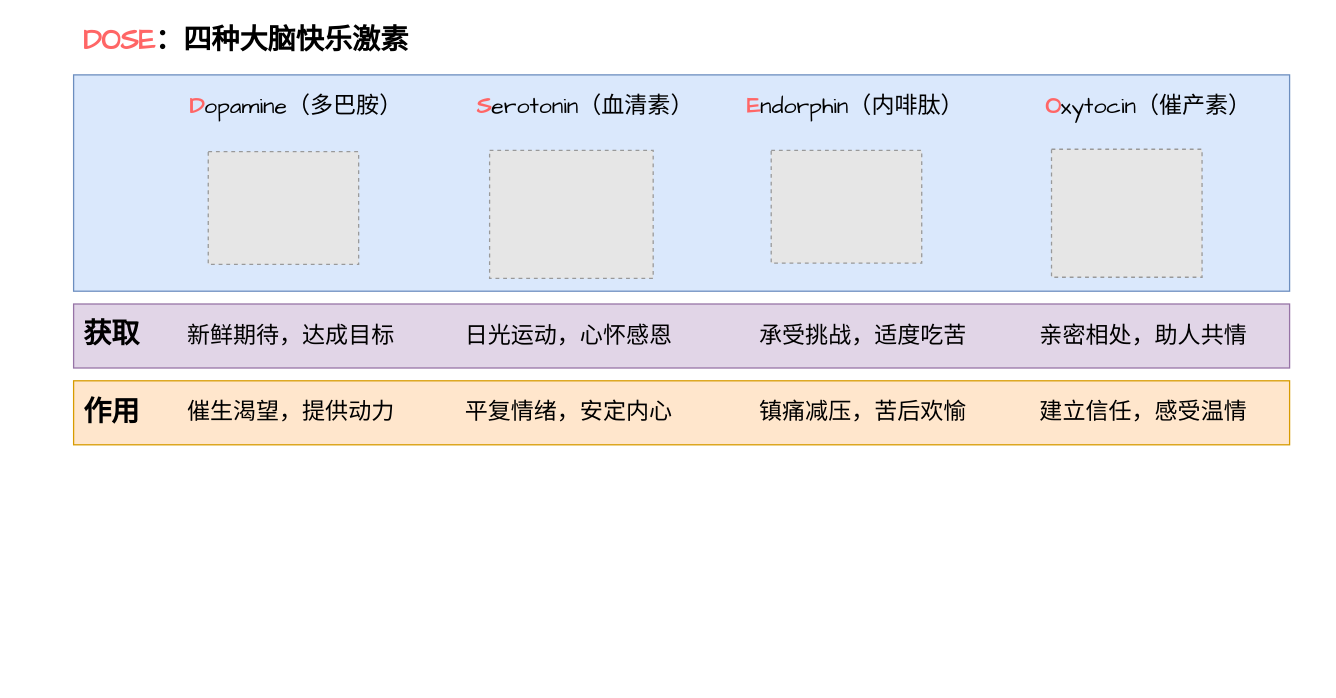
Before: MyFolder/emotion.drawio in will357/MyDrawioDraft, a draw.io diagram. Source tidied: cells renumbered, new cells numbered last; positions are measured from the earlier drawing's top-left corner, leaving out a move shared by most shapes. Both pictures are drawn from the tidied source at 128%, with x=0, y=0 at pixel (22, 22). Pictures stored in the file or linked from it are replaced by grey dashed boxes.
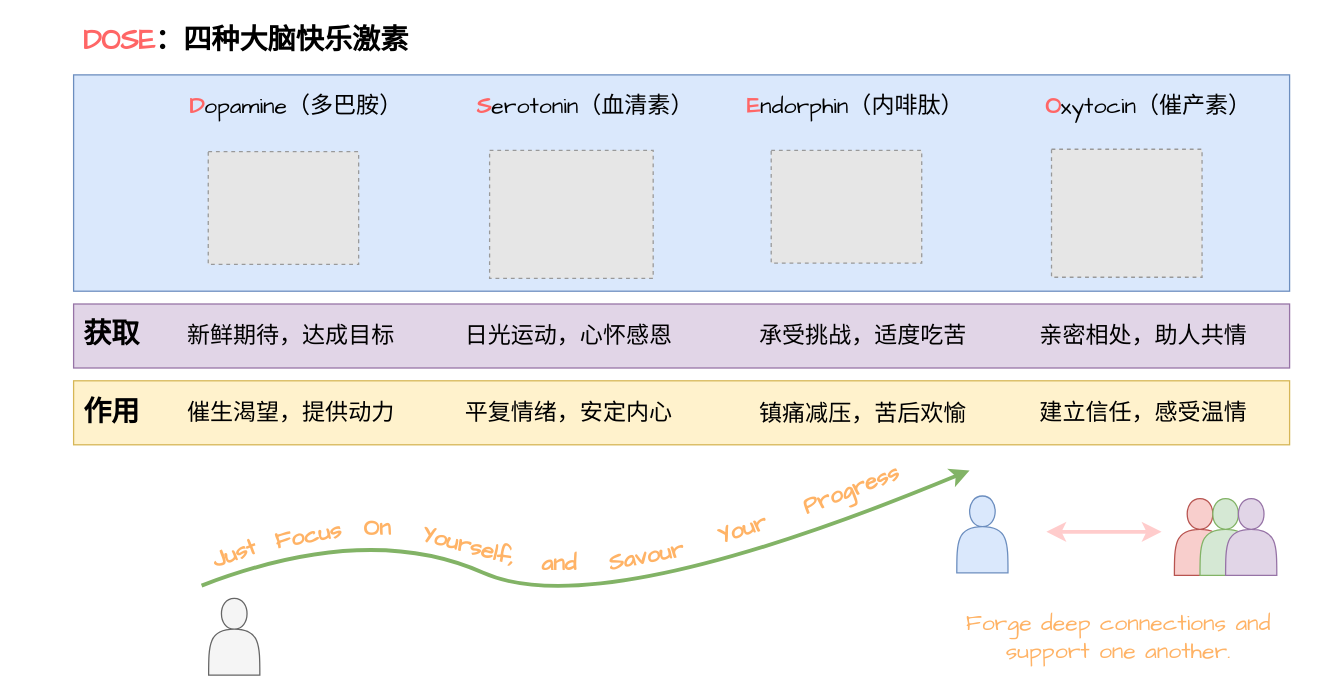
After the change.

Change to the diagram source:
```diff
@@
-    <mxCell id="2" style="rounded=0;whiteSpace=wrap;html=1;fillColor=#ffe6cc;strokeColor=#d79b00;" parent="1" vertex="1">
+    <mxCell id="2" style="rounded=0;whiteSpace=wrap;html=1;fillColor=#fff2cc;strokeColor=#d6b656;" parent="1" vertex="1">
       <mxGeometry x="40" y="280" width="950" height="50" as="geometry" />
     </mxCell>
@@
-    <mxCell id="16" value="&lt;font face=&quot;Comic Sans MS&quot; style=&quot;font-size: 18px;&quot;&gt;&lt;span style=&quot;color: rgb(0, 0, 0);&quot;&gt;新鲜期待，达成目标&lt;/span&gt;&lt;/font&gt;" style="text;html=1;whiteSpace=wrap;strokeColor=none;fillColor=none;align=center;verticalAlign=middle;rounded=0;" parent="1" vertex="1">
+    <mxCell id="16" value="&lt;font style=&quot;font-size: 18px;&quot; face=&quot;Comic Sans MS&quot;&gt;&lt;span style=&quot;color: rgb(0, 0, 0);&quot;&gt;新鲜期待，达成目标&lt;/span&gt;&lt;/font&gt;" style="text;html=1;whiteSpace=wrap;strokeColor=none;fillColor=none;align=center;verticalAlign=middle;rounded=0;" parent="1" vertex="1">
       <mxGeometry x="120" y="230.1" width="180" height="30" as="geometry" />
     </mxCell>
     <mxCell id="17" value="&lt;font face=&quot;Comic Sans MS&quot; style=&quot;font-size: 18px;&quot;&gt;&lt;span style=&quot;color: rgb(0, 0, 0);&quot;&gt;催生渴望，提供动力&lt;/span&gt;&lt;/font&gt;" style="text;html=1;whiteSpace=wrap;strokeColor=none;fillColor=none;align=center;verticalAlign=middle;rounded=0;" parent="1" vertex="1">
-      <mxGeometry x="120" y="289" width="180" height="30" as="geometry" />
+      <mxGeometry x="120" y="290" width="180" height="30" as="geometry" />
     </mxCell>
@@
     <mxCell id="19" value="&lt;font face=&quot;Comic Sans MS&quot; style=&quot;font-size: 18px;&quot;&gt;&lt;span style=&quot;color: rgb(0, 0, 0);&quot;&gt;平复情绪，安定内心&lt;/span&gt;&lt;/font&gt;" style="text;html=1;whiteSpace=wrap;strokeColor=none;fillColor=none;align=center;verticalAlign=middle;rounded=0;" parent="1" vertex="1">
-      <mxGeometry x="337" y="289" width="180" height="30" as="geometry" />
+      <mxGeometry x="337" y="290" width="180" height="30" as="geometry" />
     </mxCell>
@@
     <mxCell id="21" value="&lt;font face=&quot;Comic Sans MS&quot; style=&quot;font-size: 18px;&quot;&gt;&lt;span style=&quot;color: rgb(0, 0, 0);&quot;&gt;镇痛减压，苦后欢愉&lt;/span&gt;&lt;/font&gt;" style="text;html=1;whiteSpace=wrap;strokeColor=none;fillColor=none;align=center;verticalAlign=middle;rounded=0;" parent="1" vertex="1">
-      <mxGeometry x="567" y="289" width="180" height="30" as="geometry" />
+      <mxGeometry x="567" y="291" width="180" height="30" as="geometry" />
     </mxCell>
@@
     <mxCell id="23" value="&lt;font face=&quot;Comic Sans MS&quot; style=&quot;font-size: 18px;&quot;&gt;&lt;span style=&quot;color: rgb(0, 0, 0);&quot;&gt;建立信任，感受温情&lt;/span&gt;&lt;/font&gt;" style="text;html=1;whiteSpace=wrap;strokeColor=none;fillColor=none;align=center;verticalAlign=middle;rounded=0;" parent="1" vertex="1">
-      <mxGeometry x="786" y="289" width="180" height="30" as="geometry" />
+      <mxGeometry x="786" y="290" width="180" height="30" as="geometry" />
     </mxCell>
+    <mxCell id="24" style="curved=1;endArrow=classic;html=1;rounded=0;strokeWidth=3;fillColor=#d5e8d4;strokeColor=#82b366;" parent="1" edge="1">
+      <mxGeometry relative="1" as="geometry">
+        <mxPoint x="140" y="440" as="sourcePoint" />
+        <mxPoint x="740" y="350" as="targetPoint" />
+        <Array as="points">
+          <mxPoint x="270" y="390" />
+          <mxPoint x="450" y="470" />
+        </Array>
+      </mxGeometry>
+    </mxCell>
+    <mxCell id="25" value="&lt;font face=&quot;Comic Sans MS&quot;&gt;&lt;span style=&quot;font-size: 18px;&quot;&gt;&lt;b&gt;Just&lt;/b&gt;&lt;/span&gt;&lt;/font&gt;" style="text;html=1;whiteSpace=wrap;strokeColor=none;fillColor=none;align=center;verticalAlign=middle;rounded=0;fontColor=#FFB366;direction=east;rotation=-20;" parent="1" vertex="1">
+      <mxGeometry x="120" y="400" width="91" height="30" as="geometry" />
+    </mxCell>
+    <mxCell id="26" value="&lt;font face=&quot;Comic Sans MS&quot;&gt;&lt;span style=&quot;font-size: 18px;&quot;&gt;&lt;b&gt;Focus&lt;/b&gt;&lt;/span&gt;&lt;/font&gt;" style="text;html=1;whiteSpace=wrap;strokeColor=none;fillColor=none;align=center;verticalAlign=middle;rounded=0;fontColor=#FFB366;direction=east;rotation=-10;" parent="1" vertex="1">
+      <mxGeometry x="178" y="386" width="91" height="30" as="geometry" />
+    </mxCell>
+    <mxCell id="27" value="&lt;font face=&quot;Comic Sans MS&quot;&gt;&lt;span style=&quot;font-size: 18px;&quot;&gt;&lt;b&gt;On&lt;/b&gt;&lt;/span&gt;&lt;/font&gt;" style="text;html=1;whiteSpace=wrap;strokeColor=none;fillColor=none;align=center;verticalAlign=middle;rounded=0;fontColor=#FFB366;direction=east;rotation=358;" parent="1" vertex="1">
+      <mxGeometry x="232" y="380" width="91" height="30" as="geometry" />
+    </mxCell>
+    <mxCell id="28" value="&lt;font face=&quot;Comic Sans MS&quot;&gt;&lt;span style=&quot;font-size: 18px;&quot;&gt;&lt;b&gt;Yourself,&amp;nbsp;&lt;/b&gt;&lt;/span&gt;&lt;/font&gt;" style="text;html=1;whiteSpace=wrap;strokeColor=none;fillColor=none;align=center;verticalAlign=middle;rounded=0;fontColor=#FFB366;direction=east;rotation=15;" parent="1" vertex="1">
+      <mxGeometry x="307" y="395" width="91" height="30" as="geometry" />
+    </mxCell>
+    <mxCell id="29" value="&lt;font face=&quot;Comic Sans MS&quot;&gt;&lt;span style=&quot;font-size: 18px;&quot;&gt;&lt;b&gt;and&lt;/b&gt;&lt;/span&gt;&lt;/font&gt;" style="text;html=1;whiteSpace=wrap;strokeColor=none;fillColor=none;align=center;verticalAlign=middle;rounded=0;fontColor=#FFB366;direction=east;rotation=0;" parent="1" vertex="1">
+      <mxGeometry x="374" y="407" width="91" height="30" as="geometry" />
+    </mxCell>
+    <mxCell id="30" value="&lt;font face=&quot;Comic Sans MS&quot;&gt;&lt;span style=&quot;font-size: 18px;&quot;&gt;&lt;b&gt;Savour&lt;/b&gt;&lt;/span&gt;&lt;/font&gt;" style="text;html=1;whiteSpace=wrap;strokeColor=none;fillColor=none;align=center;verticalAlign=middle;rounded=0;fontColor=#FFB366;direction=east;rotation=349;" parent="1" vertex="1">
+      <mxGeometry x="442" y="402" width="91" height="30" as="geometry" />
+    </mxCell>
+    <mxCell id="31" value="&lt;font face=&quot;Comic Sans MS&quot;&gt;&lt;span style=&quot;font-size: 18px;&quot;&gt;&lt;b&gt;Your&lt;/b&gt;&lt;/span&gt;&lt;/font&gt;" style="text;html=1;whiteSpace=wrap;strokeColor=none;fillColor=none;align=center;verticalAlign=middle;rounded=0;fontColor=#FFB366;direction=east;rotation=342;" parent="1" vertex="1">
+      <mxGeometry x="517" y="381" width="91" height="30" as="geometry" />
+    </mxCell>
+    <mxCell id="32" value="&lt;font face=&quot;Comic Sans MS&quot;&gt;&lt;span style=&quot;font-size: 18px;&quot;&gt;&lt;b&gt;Progress&lt;/b&gt;&lt;/span&gt;&lt;/font&gt;" style="text;html=1;whiteSpace=wrap;strokeColor=none;fillColor=none;align=center;verticalAlign=middle;rounded=0;fontColor=#FFB366;direction=east;rotation=339;" parent="1" vertex="1">
+      <mxGeometry x="602" y="350" width="91" height="30" as="geometry" />
+    </mxCell>
+    <mxCell id="33" style="shape=actor;whiteSpace=wrap;html=1;rounded=0;align=center;verticalAlign=middle;fontFamily=Helvetica;fontSize=12;fillColor=#f5f5f5;strokeColor=#666666;fontColor=#333333;" parent="1" vertex="1">
+      <mxGeometry x="145.5" y="450" width="40" height="60" as="geometry" />
+    </mxCell>
+    <mxCell id="34" style="shape=actor;whiteSpace=wrap;html=1;rounded=0;align=center;verticalAlign=middle;fontFamily=Helvetica;fontSize=12;fillColor=#dae8fc;strokeColor=#6c8ebf;" parent="1" vertex="1">
+      <mxGeometry x="730" y="370" width="40" height="60" as="geometry" />
+    </mxCell>
+    <mxCell id="35" value="&lt;font face=&quot;Comic Sans MS&quot; style=&quot;font-size: 18px; color: rgb(255, 179, 102);&quot;&gt;Forge deep connections and support one another.&lt;/font&gt;" style="text;whiteSpace=wrap;html=1;rounded=0;align=center;verticalAlign=middle;fontFamily=Helvetica;fontSize=12;fontColor=default;fillColor=none;gradientColor=none;" parent="1" vertex="1">
+      <mxGeometry x="730" y="460" width="253" height="40" as="geometry" />
+    </mxCell>
+    <mxCell id="36" style="shape=actor;whiteSpace=wrap;html=1;rounded=0;align=center;verticalAlign=middle;fontFamily=Helvetica;fontSize=12;fillColor=#f8cecc;strokeColor=#b85450;" parent="1" vertex="1">
+      <mxGeometry x="900" y="372" width="40" height="60" as="geometry" />
+    </mxCell>
+    <mxCell id="37" style="shape=actor;whiteSpace=wrap;html=1;rounded=0;align=center;verticalAlign=middle;fontFamily=Helvetica;fontSize=12;fillColor=#d5e8d4;strokeColor=#82b366;" parent="1" vertex="1">
+      <mxGeometry x="920" y="372" width="40" height="60" as="geometry" />
+    </mxCell>
+    <mxCell id="38" style="shape=actor;whiteSpace=wrap;html=1;rounded=0;align=center;verticalAlign=middle;fontFamily=Helvetica;fontSize=12;fillColor=#e1d5e7;strokeColor=#9673a6;" parent="1" vertex="1">
+      <mxGeometry x="940" y="372" width="40" height="60" as="geometry" />
+    </mxCell>
+    <mxCell id="39" style="endArrow=classic;startArrow=classic;html=1;rounded=0;fontFamily=Helvetica;fontSize=12;fontColor=default;fillColor=#ffcccc;strokeColor=#FFCCCC;strokeWidth=3;" parent="1" edge="1">
+      <mxGeometry relative="1" as="geometry">
+        <mxPoint x="800" y="398" as="sourcePoint" />
+        <mxPoint x="890" y="398" as="targetPoint" />
+      </mxGeometry>
+    </mxCell>
```
